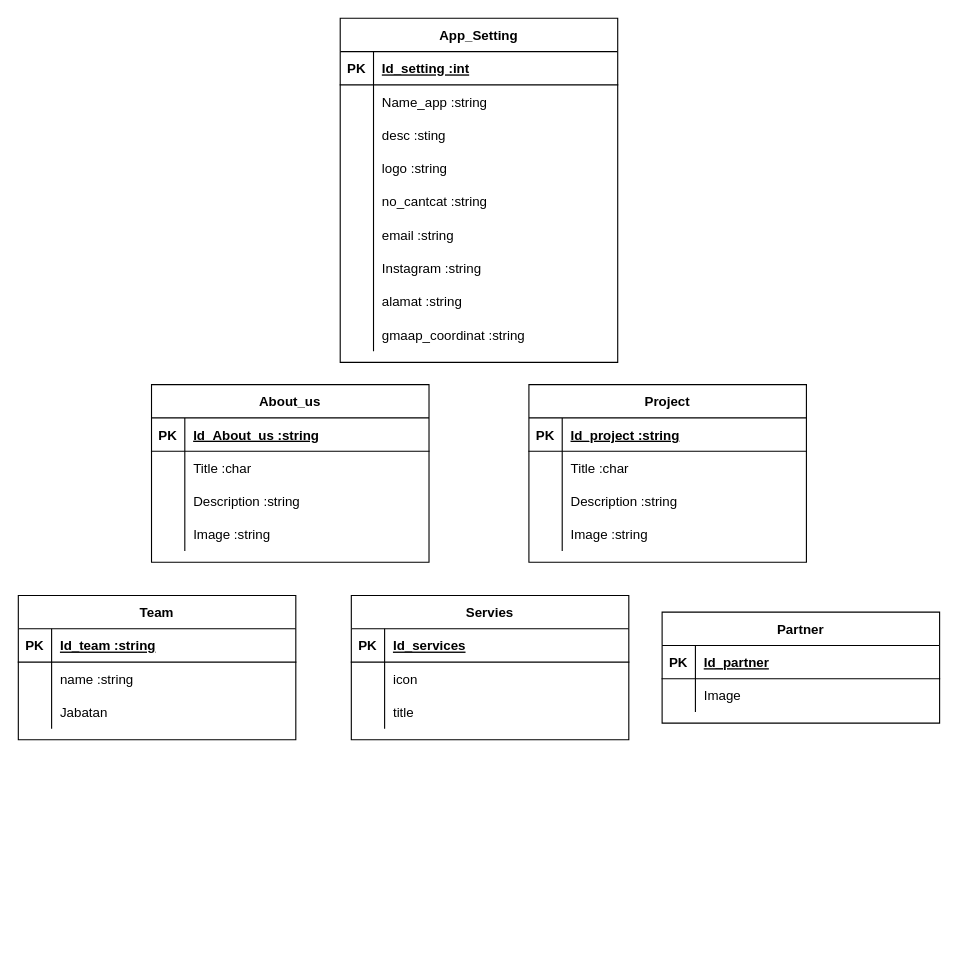
The draw.io diagram devgen.drawio in zzarr/Project3-design-diagram, before the edit. Source tidied: cells renumbered, new cells numbered last; positions are measured from the earlier drawing's top-left corner, leaving out a move shared by most shapes. Both pictures are drawn from the tidied source at 111%, with x=0, y=0 at pixel (18, 18).
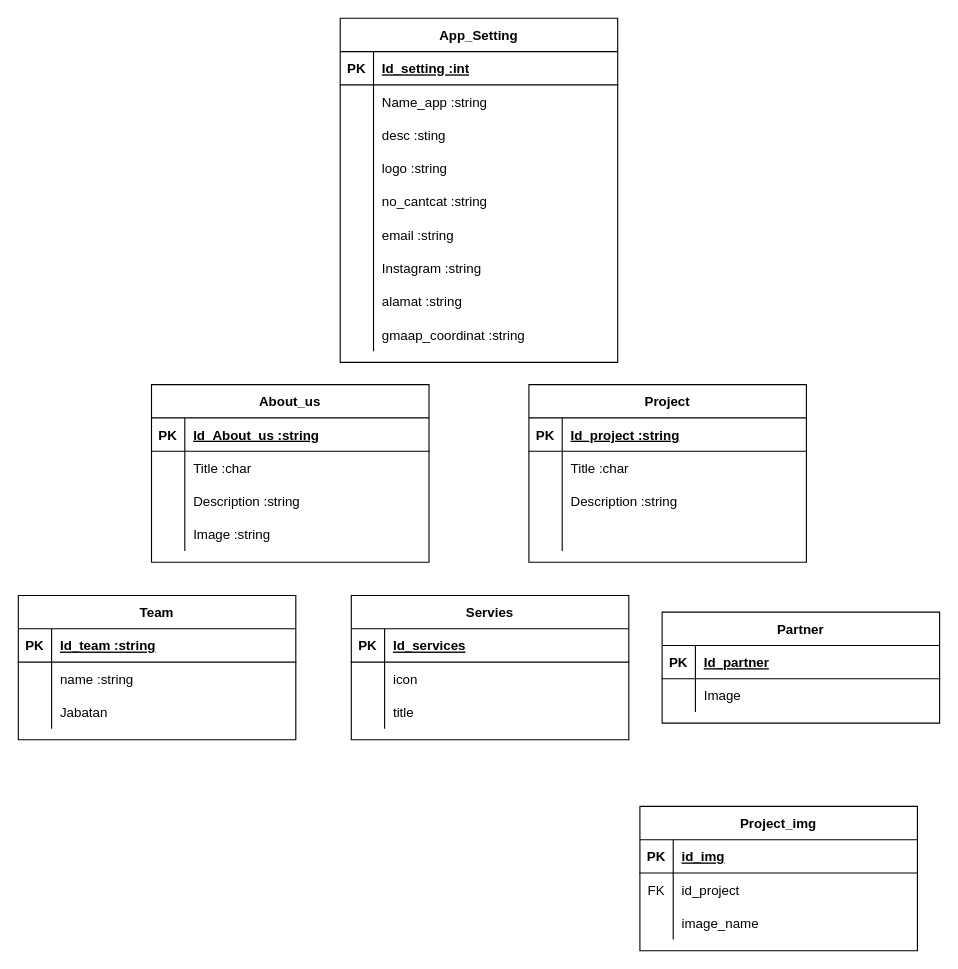
Above is the later version.

The change refers to these unchanged cells:
```xml
<mxCell id="12" style="shape=partialRectangle;fillColor=none;top=0;left=0;right=0;bottom=0;" parent="2" vertex="1">
  <mxGeometry y="120" width="250" height="30" as="geometry" />
</mxCell>
```

Diff of the diagram source:
```diff
@@
-    <mxCell id="14" value="Image :string" style="shape=partialRectangle;overflow=hidden;fillColor=none;top=0;left=0;bottom=0;right=0;align=left;spacingLeft=6;" parent="12" vertex="1">
+    <mxCell id="14" style="shape=partialRectangle;overflow=hidden;fillColor=none;top=0;left=0;bottom=0;right=0;align=left;spacingLeft=6;" parent="12" vertex="1">
       <mxGeometry x="30" width="220" height="30" as="geometry" />
     </mxCell>
@@
+    <mxCell id="83" value="Project_img" style="shape=table;startSize=30;childLayout=tableLayout;rowLines=0;fontStyle=1;align=center;" parent="1" vertex="1">
+      <mxGeometry x="560" y="710" width="250" height="130" as="geometry" />
+    </mxCell>
+    <mxCell id="84" style="shape=partialRectangle;fillColor=none;top=0;left=0;right=0;bottom=1;" parent="83" vertex="1">
+      <mxGeometry y="30" width="250" height="30" as="geometry" />
+    </mxCell>
+    <mxCell id="85" value="PK" style="shape=partialRectangle;overflow=hidden;fillColor=none;top=0;left=0;bottom=0;right=0;fontStyle=1;" parent="84" vertex="1">
+      <mxGeometry width="30" height="30" as="geometry" />
+    </mxCell>
+    <mxCell id="86" value="id_img" style="shape=partialRectangle;overflow=hidden;fillColor=none;top=0;left=0;bottom=0;right=0;align=left;spacingLeft=6;fontStyle=5;" parent="84" vertex="1">
+      <mxGeometry x="30" width="220" height="30" as="geometry" />
+    </mxCell>
+    <mxCell id="87" style="shape=partialRectangle;fillColor=none;top=0;left=0;right=0;bottom=0;" parent="83" vertex="1">
+      <mxGeometry y="60" width="250" height="30" as="geometry" />
+    </mxCell>
+    <mxCell id="88" value="FK" style="shape=partialRectangle;overflow=hidden;fillColor=none;top=0;left=0;bottom=0;right=0;" parent="87" vertex="1">
+      <mxGeometry width="30" height="30" as="geometry" />
+    </mxCell>
+    <mxCell id="89" value="id_project" style="shape=partialRectangle;overflow=hidden;fillColor=none;top=0;left=0;bottom=0;right=0;align=left;spacingLeft=6;" parent="87" vertex="1">
+      <mxGeometry x="30" width="220" height="30" as="geometry" />
+    </mxCell>
+    <mxCell id="90" style="shape=partialRectangle;fillColor=none;top=0;left=0;right=0;bottom=0;" parent="83" vertex="1">
+      <mxGeometry y="90" width="250" height="30" as="geometry" />
+    </mxCell>
+    <mxCell id="91" style="shape=partialRectangle;overflow=hidden;fillColor=none;top=0;left=0;bottom=0;right=0;" parent="90" vertex="1">
+      <mxGeometry width="30" height="30" as="geometry" />
+    </mxCell>
+    <mxCell id="92" value="image_name" style="shape=partialRectangle;overflow=hidden;fillColor=none;top=0;left=0;bottom=0;right=0;align=left;spacingLeft=6;" parent="90" vertex="1">
+      <mxGeometry x="30" width="220" height="30" as="geometry" />
+    </mxCell>
```
